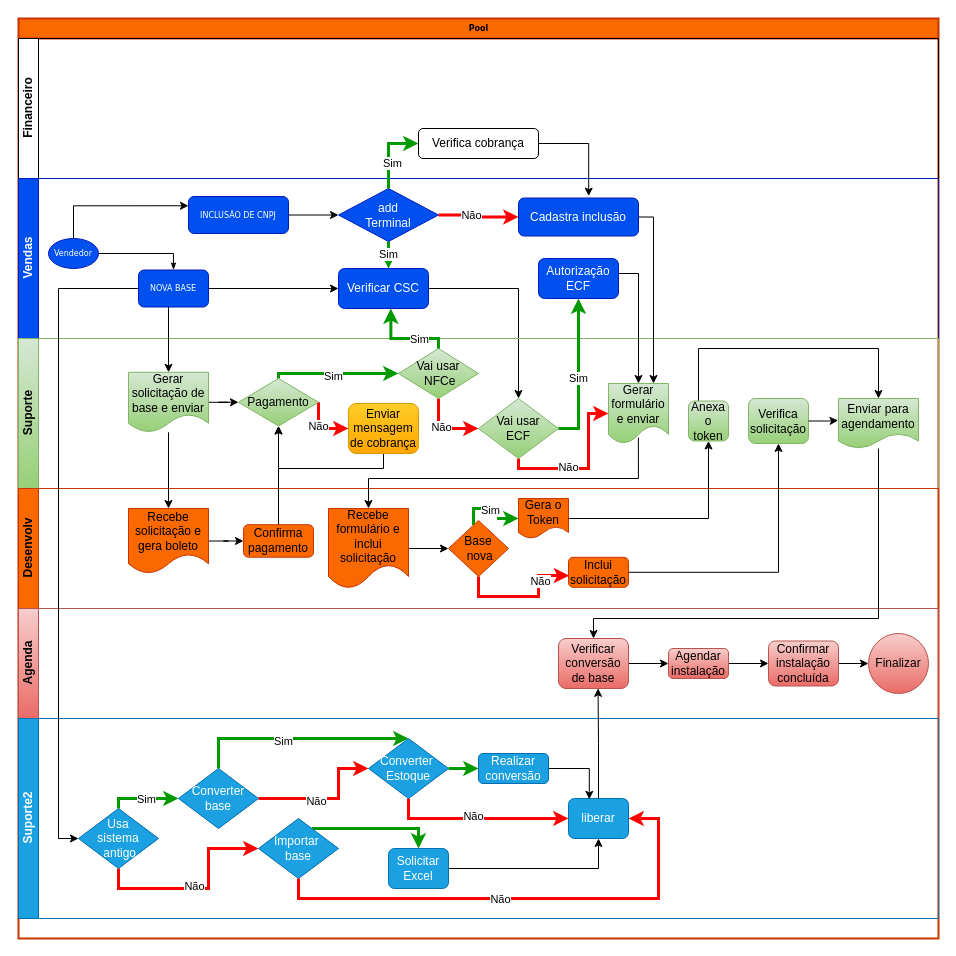
The draw.io diagram Diagrama sem nome.drawio in Bortolucio/DESCOMPLICA, before the edit. Source tidied: cells renumbered, new cells numbered last; positions are measured from the earlier drawing's top-left corner, leaving out a move shared by most shapes. Both pictures are drawn from the tidied source at 100%, with x=0, y=0 at pixel (18, 18).
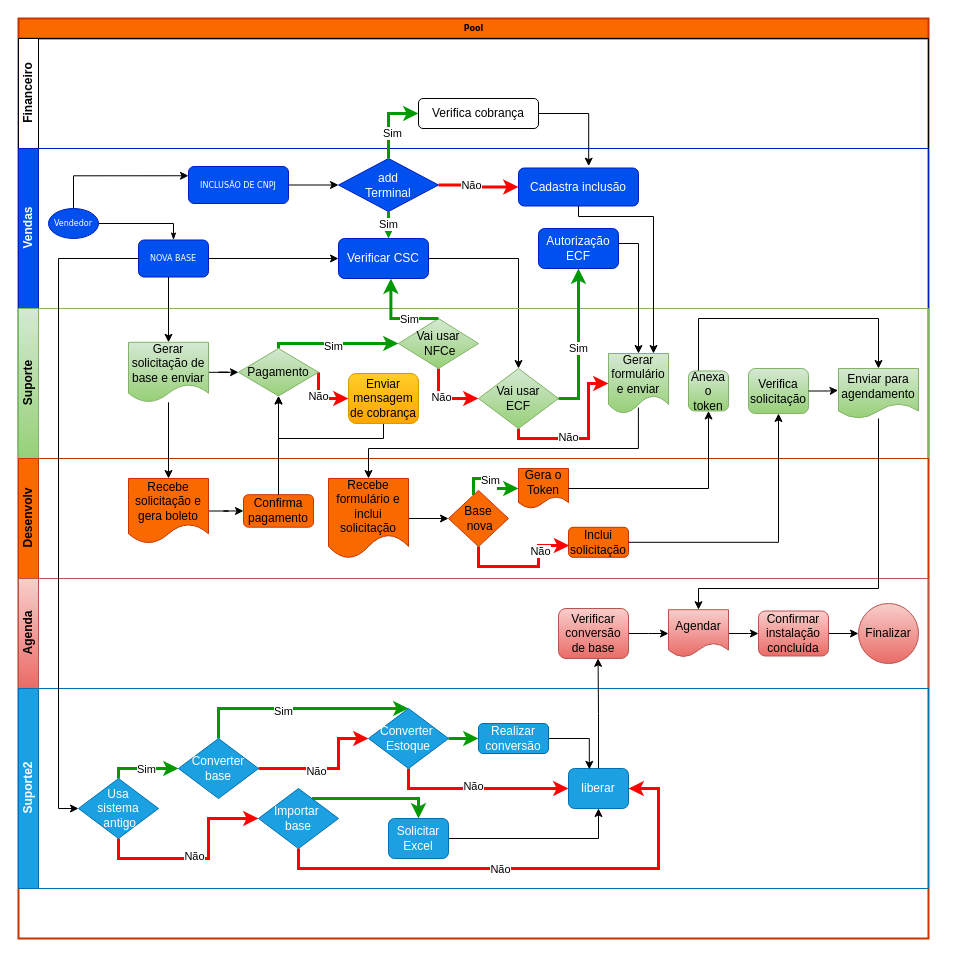
The same page after the edit.

The change refers to these unchanged cells:
```xml
<mxCell id="10" value="NOVA BASE" style="rounded=1;whiteSpace=wrap;html=1;shadow=0;labelBackgroundColor=none;strokeWidth=1;fontFamily=Verdana;fontSize=8;align=center;fillColor=#0050ef;strokeColor=#001DBC;fontColor=#ffffff;" parent="5" vertex="1">
  <mxGeometry x="120" y="91.5" width="70" height="37" as="geometry" />
</mxCell>
<mxCell id="13" value="Verificar CSC" style="rounded=1;whiteSpace=wrap;html=1;fillColor=#0050ef;strokeColor=#001DBC;fontColor=#ffffff;" parent="5" vertex="1">
  <mxGeometry x="320" y="90" width="90" height="40" as="geometry" />
</mxCell>
<mxCell id="20" value="Cadastra inclusão" style="rounded=1;whiteSpace=wrap;html=1;fillColor=#0050ef;fontColor=#ffffff;strokeColor=#001DBC;" parent="5" vertex="1">
  <mxGeometry x="500" y="19.5" width="120" height="38" as="geometry" />
</mxCell>
<mxCell id="34" value="Vai usar&lt;br&gt;&amp;nbsp;NFCe" style="rhombus;whiteSpace=wrap;html=1;fillColor=#d5e8d4;strokeColor=#82b366;gradientColor=#97d077;" parent="22" vertex="1">
  <mxGeometry x="380" y="10" width="80" height="50" as="geometry" />
</mxCell>
<mxCell id="38" value="Gerar formulário e enviar" style="shape=document;whiteSpace=wrap;html=1;boundedLbl=1;fillColor=#d5e8d4;strokeColor=#82b366;gradientColor=#97d077;" parent="22" vertex="1">
  <mxGeometry x="590" y="45" width="60" height="60" as="geometry" />
</mxCell>
<mxCell id="42" value="Enviar para agendamento" style="shape=document;whiteSpace=wrap;html=1;boundedLbl=1;fillColor=#d5e8d4;gradientColor=#97d077;strokeColor=#82b366;" parent="22" vertex="1">
  <mxGeometry x="820" y="60" width="80" height="50" as="geometry" />
</mxCell>
<mxCell id="50" value="Recebe formulário e inclui solicitação" style="shape=document;whiteSpace=wrap;html=1;boundedLbl=1;fillColor=#fa6800;strokeColor=#C73500;fontColor=#000000;" parent="45" vertex="1">
  <mxGeometry x="310" y="20" width="80" height="80" as="geometry" />
</mxCell>
<mxCell id="68" value="Verificar conversão de base" style="rounded=1;whiteSpace=wrap;html=1;fillColor=#f8cecc;gradientColor=#ea6b66;strokeColor=#b85450;" parent="66" vertex="1">
  <mxGeometry x="540" y="30" width="70" height="50" as="geometry" />
</mxCell>
<mxCell id="79" value="Usa &lt;br&gt;sistema&lt;br&gt;&amp;nbsp;antigo" style="rhombus;whiteSpace=wrap;html=1;fillColor=#1ba1e2;fontColor=#ffffff;strokeColor=#006EAF;" parent="74" vertex="1">
  <mxGeometry x="60" y="90" width="80" height="60" as="geometry" />
</mxCell>
```

The edit, as a diff of the source:
```diff
@@
     <mxCell id="2" value="Pool" style="swimlane;html=1;horizontal=1;startSize=20;rounded=0;shadow=0;labelBackgroundColor=none;strokeWidth=2;fontFamily=Verdana;fontSize=8;align=center;fillColor=#FA6800;fontColor=#000000;strokeColor=#C73500;" parent="1" vertex="1">
-      <mxGeometry width="920" height="920" as="geometry" />
+      <mxGeometry width="910" height="920" as="geometry" />
     </mxCell>
     <mxCell id="3" value="Financeiro" style="swimlane;html=1;startSize=20;horizontal=0;" parent="2" vertex="1">
-      <mxGeometry y="20" width="920" height="140" as="geometry" />
+      <mxGeometry y="20" width="910" height="110" as="geometry" />
     </mxCell>
     <mxCell id="4" value="Verifica cobrança" style="rounded=1;whiteSpace=wrap;html=1;" parent="3" vertex="1">
-      <mxGeometry x="400" y="90" width="120" height="30" as="geometry" />
+      <mxGeometry x="400" y="60" width="120" height="30" as="geometry" />
     </mxCell>
     <mxCell id="5" value="Vendas" style="swimlane;html=1;startSize=20;horizontal=0;fillColor=#0050ef;strokeColor=#001DBC;fontColor=#ffffff;" parent="2" vertex="1">
-      <mxGeometry y="160" width="920" height="160" as="geometry" />
+      <mxGeometry y="130" width="910" height="160" as="geometry" />
     </mxCell>
@@
     <mxCell id="22" value="Suporte" style="swimlane;html=1;startSize=20;horizontal=0;fillColor=#d5e8d4;strokeColor=#82b366;gradientColor=#97d077;" parent="2" vertex="1">
-      <mxGeometry y="320" width="920" height="150" as="geometry" />
+      <mxGeometry y="290" width="910" height="150" as="geometry" />
     </mxCell>
@@
     <mxCell id="45" value="Desenvolv" style="swimlane;html=1;startSize=20;horizontal=0;fillColor=#FA6800;fontColor=#000000;strokeColor=#C73500;" parent="2" vertex="1">
-      <mxGeometry y="470" width="920" height="120" as="geometry" />
+      <mxGeometry y="440" width="910" height="120" as="geometry" />
     </mxCell>
@@
     <mxCell id="63" style="edgeStyle=orthogonalEdgeStyle;rounded=0;jettySize=auto;html=1;entryX=0.5;entryY=0;entryDx=0;entryDy=0;exitX=0.498;exitY=0.901;exitDx=0;exitDy=0;exitPerimeter=0;" parent="2" edge="1" source="38" target="50">
       <mxGeometry relative="1" as="geometry">
         <Array as="points">
-          <mxPoint x="620" y="460" />
-          <mxPoint x="350" y="460" />
+          <mxPoint x="620" y="430" />
+          <mxPoint x="350" y="430" />
         </Array>
       </mxGeometry>
     </mxCell>
@@
     <mxCell id="66" value="Agenda" style="swimlane;html=1;startSize=20;horizontal=0;fillColor=#f8cecc;gradientColor=#ea6b66;strokeColor=#b85450;" parent="2" vertex="1">
-      <mxGeometry y="590" width="920" height="110" as="geometry" />
+      <mxGeometry y="560" width="910" height="110" as="geometry" />
     </mxCell>
-    <mxCell id="67" style="edgeStyle=orthogonalEdgeStyle;rounded=0;jettySize=auto;html=1;entryX=0;entryY=0.5;entryDx=0;entryDy=0;" parent="66" edge="1" source="68" target="70">
-      <mxGeometry relative="1" as="geometry" />
-    </mxCell>
+    <mxCell id="107" style="edgeStyle=orthogonalEdgeStyle;rounded=0;jettySize=auto;html=1;" parent="66" edge="1" source="68" target="109">
+      <mxGeometry relative="1" as="geometry" />
+    </mxCell>
@@
-    <mxCell id="69" style="edgeStyle=orthogonalEdgeStyle;rounded=0;jettySize=auto;html=1;entryX=0;entryY=0.5;entryDx=0;entryDy=0;" parent="66" edge="1" source="70" target="72">
-      <mxGeometry relative="1" as="geometry" />
-    </mxCell>
-    <mxCell id="70" value="Agendar instalação" style="rounded=1;whiteSpace=wrap;html=1;fillColor=#f8cecc;gradientColor=#ea6b66;strokeColor=#b85450;" parent="66" vertex="1">
-      <mxGeometry x="650" y="40" width="60" height="30" as="geometry" />
-    </mxCell>
@@
     <mxCell id="72" value="Confirmar instalação concluída" style="rounded=1;whiteSpace=wrap;html=1;fillColor=#f8cecc;gradientColor=#ea6b66;strokeColor=#b85450;" parent="66" vertex="1">
-      <mxGeometry x="750" y="32.5" width="70" height="45" as="geometry" />
+      <mxGeometry x="740" y="32.5" width="70" height="45" as="geometry" />
     </mxCell>
     <mxCell id="73" value="Finalizar" style="ellipse;whiteSpace=wrap;html=1;fillColor=#f8cecc;gradientColor=#ea6b66;strokeColor=#b85450;" parent="66" vertex="1">
-      <mxGeometry x="850" y="25" width="60" height="60" as="geometry" />
+      <mxGeometry x="840" y="25" width="60" height="60" as="geometry" />
     </mxCell>
+    <mxCell id="108" style="edgeStyle=orthogonalEdgeStyle;rounded=0;jettySize=auto;html=1;" parent="66" edge="1" source="109" target="72">
+      <mxGeometry relative="1" as="geometry" />
+    </mxCell>
+    <mxCell id="109" value="Agendar" style="shape=document;whiteSpace=wrap;html=1;boundedLbl=1;fillColor=#f8cecc;strokeColor=#b85450;gradientColor=#ea6b66;" parent="66" vertex="1">
+      <mxGeometry x="650" y="31.2" width="60" height="47.5" as="geometry" />
+    </mxCell>
     <mxCell id="74" value="Suporte2" style="swimlane;html=1;startSize=20;horizontal=0;fillColor=#1ba1e2;fontColor=#ffffff;strokeColor=#006EAF;" parent="2" vertex="1">
-      <mxGeometry y="700" width="920" height="200" as="geometry" />
+      <mxGeometry y="670" width="910" height="200" as="geometry" />
     </mxCell>
@@
-    <mxCell id="98" style="edgeStyle=orthogonalEdgeStyle;rounded=0;jettySize=auto;html=1;entryX=0.5;entryY=0;entryDx=0;entryDy=0;" parent="2" edge="1" source="42" target="68">
-      <mxGeometry relative="1" as="geometry">
-        <Array as="points">
-          <mxPoint x="860" y="600" />
-          <mxPoint x="575" y="600" />
-        </Array>
-      </mxGeometry>
-    </mxCell>
     <mxCell id="99" style="edgeStyle=orthogonalEdgeStyle;rounded=0;jettySize=auto;html=1;entryX=0;entryY=0.5;entryDx=0;entryDy=0;" parent="2" edge="1" source="10" target="79">
       <mxGeometry relative="1" as="geometry">
         <Array as="points">
-          <mxPoint x="40" y="270" />
-          <mxPoint x="40" y="820" />
+          <mxPoint x="40" y="240" />
+          <mxPoint x="40" y="790" />
         </Array>
       </mxGeometry>
     </mxCell>
@@
     <mxCell id="101" style="edgeStyle=orthogonalEdgeStyle;rounded=0;jettySize=auto;html=1;entryX=0.582;entryY=1;entryDx=0;entryDy=0;entryPerimeter=0;strokeWidth=3;strokeColor=#009900;" parent="2" edge="1" source="34" target="13">
       <mxGeometry relative="1" as="geometry">
         <Array as="points">
-          <mxPoint x="420" y="320" />
-          <mxPoint x="372" y="320" />
+          <mxPoint x="372" y="300" />
         </Array>
       </mxGeometry>
     </mxCell>
@@
     <mxCell id="105" style="edgeStyle=orthogonalEdgeStyle;rounded=0;jettySize=auto;html=1;entryX=0.585;entryY=-0.049;entryDx=0;entryDy=0;entryPerimeter=0;exitX=1;exitY=0.5;exitDx=0;exitDy=0;" parent="2" edge="1" source="4" target="20">
       <mxGeometry relative="1" as="geometry">
         <Array as="points">
-          <mxPoint x="570" y="125" />
+          <mxPoint x="570" y="95" />
         </Array>
       </mxGeometry>
     </mxCell>
@@
+    <mxCell id="110" style="edgeStyle=orthogonalEdgeStyle;rounded=0;jettySize=auto;html=1;" parent="2" edge="1" source="42" target="109">
+      <mxGeometry relative="1" as="geometry">
+        <Array as="points">
+          <mxPoint x="860" y="570" />
+          <mxPoint x="680" y="570" />
+        </Array>
+      </mxGeometry>
+    </mxCell>
```
